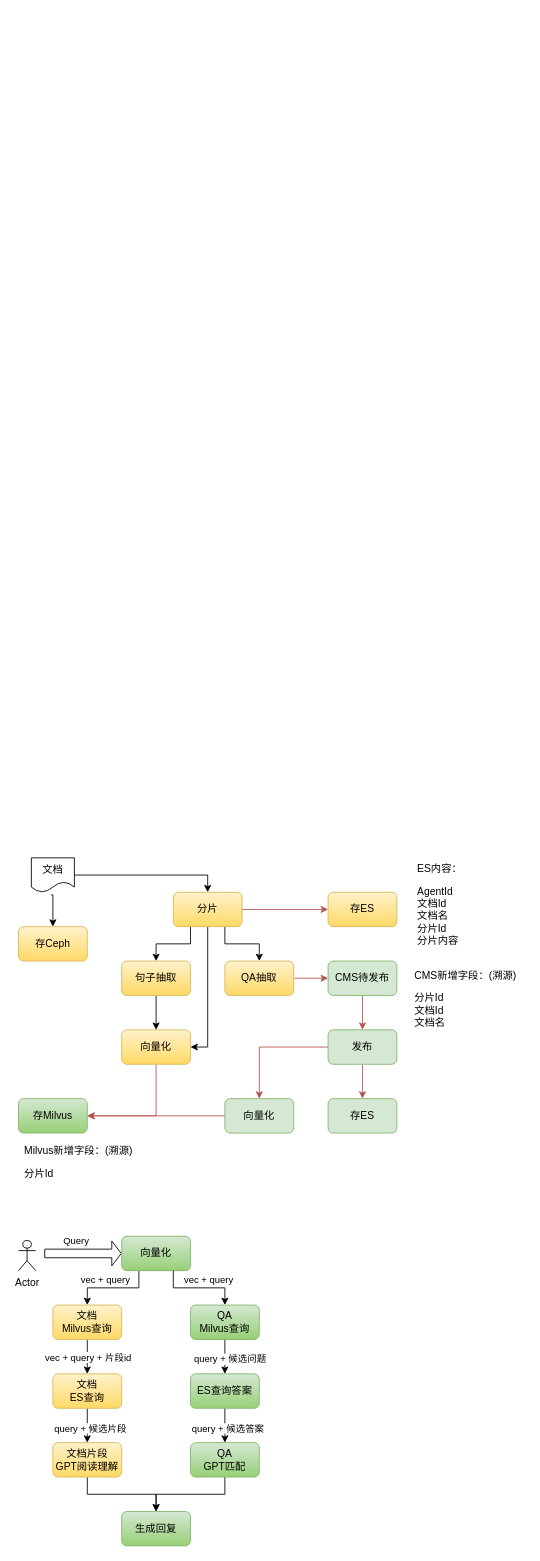
Before: 文档QA.drawio in renzhan/drawio, a draw.io diagram. Source tidied: cells renumbered, new cells numbered last; positions are measured from the earlier drawing's top-left corner, leaving out a move shared by most shapes. Both pictures are drawn from the tidied source at 86%, with x=0, y=0 at pixel (18, 857).
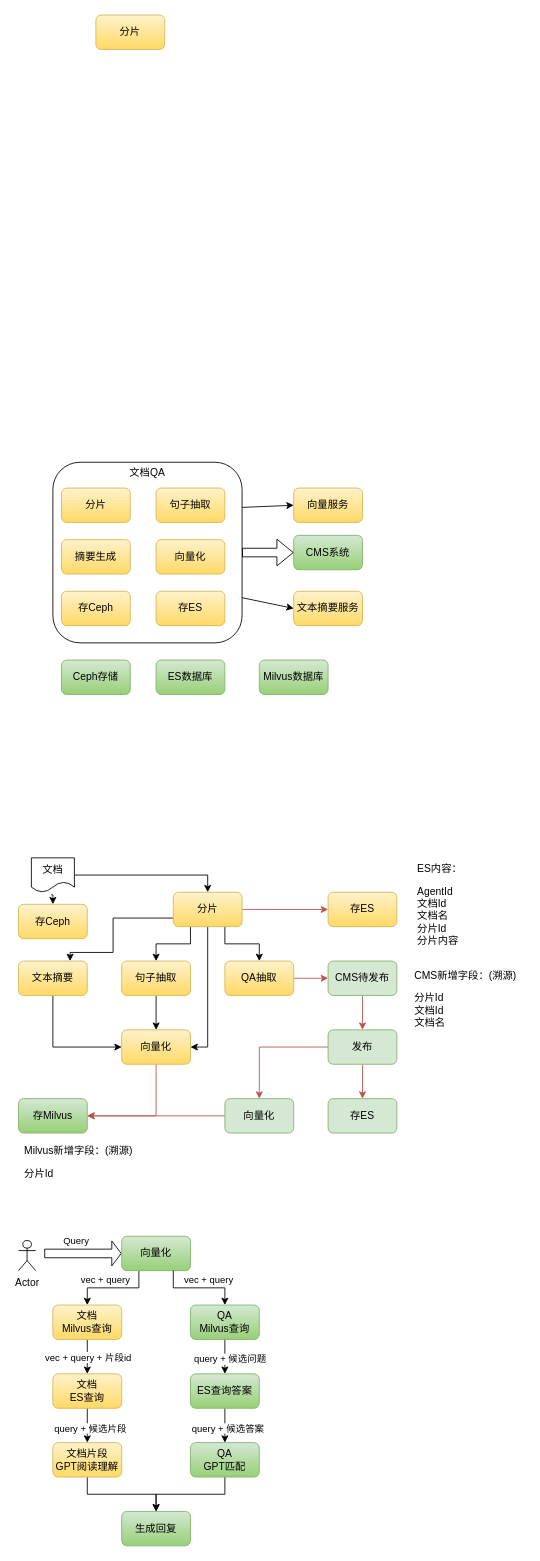
The same page after the edit.

The change refers to these unchanged cells:
```xml
<mxCell id="11" value="分片" style="rounded=1;whiteSpace=wrap;html=1;fillColor=#fff2cc;gradientColor=#ffd966;strokeColor=#d6b656;" parent="1" vertex="1">
  <mxGeometry x="180" y="40" width="80" height="40" as="geometry" />
</mxCell>
<mxCell id="16" value="向量化" style="rounded=1;whiteSpace=wrap;html=1;fillColor=#fff2cc;gradientColor=#ffd966;strokeColor=#d6b656;" parent="1" vertex="1">
  <mxGeometry x="120" y="200" width="80" height="40" as="geometry" />
</mxCell>
```

The edit, as a diff of the source:
```diff
@@
+    <mxCell id="55" style="rounded=0;jettySize=auto;html=1;exitX=1;exitY=0.25;exitDx=0;exitDy=0;entryX=0;entryY=0.5;entryDx=0;entryDy=0;" parent="1" edge="1" source="57" target="62">
+      <mxGeometry relative="1" as="geometry" />
+    </mxCell>
+    <mxCell id="56" style="rounded=0;jettySize=auto;html=1;exitX=1;exitY=0.75;exitDx=0;exitDy=0;entryX=0;entryY=0.5;entryDx=0;entryDy=0;" parent="1" edge="1" source="57" target="63">
+      <mxGeometry relative="1" as="geometry" />
+    </mxCell>
+    <mxCell id="57" value="&lt;div&gt;&lt;div class=&quot;old-record-id-GwW4dI3B1oziIux4xi4cpaWLn6g&quot; style=&quot;&quot;&gt;文档QA&lt;/div&gt;&lt;div class=&quot;old-record-id-GwW4dI3B1oziIux4xi4cpaWLn6g&quot; style=&quot;&quot;&gt;&lt;br&gt;&lt;/div&gt;&lt;div class=&quot;old-record-id-GwW4dI3B1oziIux4xi4cpaWLn6g&quot; style=&quot;&quot;&gt;&lt;br&gt;&lt;/div&gt;&lt;div class=&quot;old-record-id-GwW4dI3B1oziIux4xi4cpaWLn6g&quot; style=&quot;&quot;&gt;&lt;br&gt;&lt;/div&gt;&lt;div class=&quot;old-record-id-GwW4dI3B1oziIux4xi4cpaWLn6g&quot; style=&quot;&quot;&gt;&lt;br&gt;&lt;/div&gt;&lt;div class=&quot;old-record-id-GwW4dI3B1oziIux4xi4cpaWLn6g&quot; style=&quot;&quot;&gt;&lt;br&gt;&lt;/div&gt;&lt;div class=&quot;old-record-id-GwW4dI3B1oziIux4xi4cpaWLn6g&quot; style=&quot;&quot;&gt;&lt;br&gt;&lt;/div&gt;&lt;div class=&quot;old-record-id-GwW4dI3B1oziIux4xi4cpaWLn6g&quot; style=&quot;&quot;&gt;&lt;br&gt;&lt;/div&gt;&lt;div class=&quot;old-record-id-GwW4dI3B1oziIux4xi4cpaWLn6g&quot; style=&quot;&quot;&gt;&lt;br&gt;&lt;/div&gt;&lt;div class=&quot;old-record-id-GwW4dI3B1oziIux4xi4cpaWLn6g&quot; style=&quot;&quot;&gt;&lt;br&gt;&lt;/div&gt;&lt;div class=&quot;old-record-id-GwW4dI3B1oziIux4xi4cpaWLn6g&quot; style=&quot;&quot;&gt;&lt;br&gt;&lt;/div&gt;&lt;div class=&quot;old-record-id-GwW4dI3B1oziIux4xi4cpaWLn6g&quot; style=&quot;&quot;&gt;&lt;br&gt;&lt;/div&gt;&lt;div class=&quot;old-record-id-GwW4dI3B1oziIux4xi4cpaWLn6g&quot; style=&quot;&quot;&gt;&lt;br&gt;&lt;/div&gt;&lt;div class=&quot;old-record-id-GwW4dI3B1oziIux4xi4cpaWLn6g&quot; style=&quot;&quot;&gt;&lt;br&gt;&lt;/div&gt;&lt;/div&gt;" style="rounded=1;whiteSpace=wrap;html=1;fillColor=none;" parent="1" vertex="1">
+      <mxGeometry x="40" y="-460" width="220" height="210" as="geometry" />
+    </mxCell>
@@
+    <mxCell id="58" style="edgeStyle=orthogonalEdgeStyle;rounded=0;jettySize=auto;html=1;exitX=0;exitY=0.75;exitDx=0;exitDy=0;entryX=0.75;entryY=0;entryDx=0;entryDy=0;" parent="1" edge="1" source="11" target="65">
+      <mxGeometry relative="1" as="geometry">
+        <Array as="points">
+          <mxPoint x="110" y="70" />
+          <mxPoint x="110" y="110" />
+          <mxPoint x="60" y="110" />
+        </Array>
+      </mxGeometry>
+    </mxCell>
@@
     <mxCell id="17" value="存Ceph" style="rounded=1;whiteSpace=wrap;html=1;fillColor=#fff2cc;gradientColor=#ffd966;strokeColor=#d6b656;" parent="1" vertex="1">
-      <mxGeometry y="80" width="80" height="40" as="geometry" />
+      <mxGeometry y="54" width="80" height="40" as="geometry" />
     </mxCell>
@@
+    <mxCell id="59" value="分片" style="rounded=1;whiteSpace=wrap;html=1;fillColor=#fff2cc;gradientColor=#ffd966;strokeColor=#d6b656;" parent="1" vertex="1">
+      <mxGeometry x="50" y="-430" width="80" height="40" as="geometry" />
+    </mxCell>
+    <mxCell id="60" value="分片" style="rounded=1;whiteSpace=wrap;html=1;fillColor=#fff2cc;gradientColor=#ffd966;strokeColor=#d6b656;" parent="1" vertex="1">
+      <mxGeometry x="90" y="-980" width="80" height="40" as="geometry" />
+    </mxCell>
+    <mxCell id="61" value="句子抽取" style="rounded=1;whiteSpace=wrap;html=1;fillColor=#fff2cc;gradientColor=#ffd966;strokeColor=#d6b656;" parent="1" vertex="1">
+      <mxGeometry x="160" y="-430" width="80" height="40" as="geometry" />
+    </mxCell>
+    <mxCell id="62" value="向量服务" style="rounded=1;whiteSpace=wrap;html=1;fillColor=#fff2cc;gradientColor=#ffd966;strokeColor=#d6b656;" parent="1" vertex="1">
+      <mxGeometry x="320" y="-430" width="80" height="40" as="geometry" />
+    </mxCell>
+    <mxCell id="63" value="文本摘要服务" style="rounded=1;whiteSpace=wrap;html=1;fillColor=#fff2cc;gradientColor=#ffd966;strokeColor=#d6b656;" parent="1" vertex="1">
+      <mxGeometry x="320" y="-310" width="80" height="40" as="geometry" />
+    </mxCell>
+    <mxCell id="64" style="edgeStyle=orthogonalEdgeStyle;rounded=0;jettySize=auto;html=1;exitX=0.5;exitY=1;exitDx=0;exitDy=0;entryX=0;entryY=0.5;entryDx=0;entryDy=0;" parent="1" edge="1" source="65" target="16">
+      <mxGeometry relative="1" as="geometry" />
+    </mxCell>
+    <mxCell id="65" value="文本摘要" style="rounded=1;whiteSpace=wrap;html=1;fillColor=#fff2cc;gradientColor=#ffd966;strokeColor=#d6b656;" parent="1" vertex="1">
+      <mxGeometry y="120" width="80" height="40" as="geometry" />
+    </mxCell>
+    <mxCell id="66" value="摘要生成" style="rounded=1;whiteSpace=wrap;html=1;fillColor=#fff2cc;gradientColor=#ffd966;strokeColor=#d6b656;" parent="1" vertex="1">
+      <mxGeometry x="50" y="-370" width="80" height="40" as="geometry" />
+    </mxCell>
+    <mxCell id="67" value="向量化" style="rounded=1;whiteSpace=wrap;html=1;fillColor=#fff2cc;gradientColor=#ffd966;strokeColor=#d6b656;" parent="1" vertex="1">
+      <mxGeometry x="160" y="-370" width="80" height="40" as="geometry" />
+    </mxCell>
+    <mxCell id="68" value="存Ceph" style="rounded=1;whiteSpace=wrap;html=1;fillColor=#fff2cc;gradientColor=#ffd966;strokeColor=#d6b656;" parent="1" vertex="1">
+      <mxGeometry x="50" y="-310" width="80" height="40" as="geometry" />
+    </mxCell>
+    <mxCell id="69" value="存ES" style="rounded=1;whiteSpace=wrap;html=1;fillColor=#fff2cc;gradientColor=#ffd966;strokeColor=#d6b656;" parent="1" vertex="1">
+      <mxGeometry x="160" y="-310" width="80" height="40" as="geometry" />
+    </mxCell>
+    <mxCell id="70" value="Ceph存储" style="rounded=1;whiteSpace=wrap;html=1;fillColor=#d5e8d4;gradientColor=#97d077;strokeColor=#82b366;" parent="1" vertex="1">
+      <mxGeometry x="50" y="-230" width="80" height="40" as="geometry" />
+    </mxCell>
+    <mxCell id="71" value="ES数据库" style="rounded=1;whiteSpace=wrap;html=1;fillColor=#d5e8d4;gradientColor=#97d077;strokeColor=#82b366;" parent="1" vertex="1">
+      <mxGeometry x="160" y="-230" width="80" height="40" as="geometry" />
+    </mxCell>
+    <mxCell id="72" value="Milvus数据库" style="rounded=1;whiteSpace=wrap;html=1;fillColor=#d5e8d4;gradientColor=#97d077;strokeColor=#82b366;" parent="1" vertex="1">
+      <mxGeometry x="280" y="-230" width="80" height="40" as="geometry" />
+    </mxCell>
+    <mxCell id="73" value="CMS系统" style="rounded=1;whiteSpace=wrap;html=1;fillColor=#d5e8d4;gradientColor=#97d077;strokeColor=#82b366;" parent="1" vertex="1">
+      <mxGeometry x="320" y="-375" width="80" height="40" as="geometry" />
+    </mxCell>
+    <mxCell id="74" style="shape=flexArrow;endArrow=classic;html=1;rounded=0;entryX=0;entryY=0.5;entryDx=0;entryDy=0;exitX=1;exitY=0.5;exitDx=0;exitDy=0;" parent="1" edge="1" source="57" target="73">
+      <mxGeometry relative="1" as="geometry" />
+    </mxCell>
```
